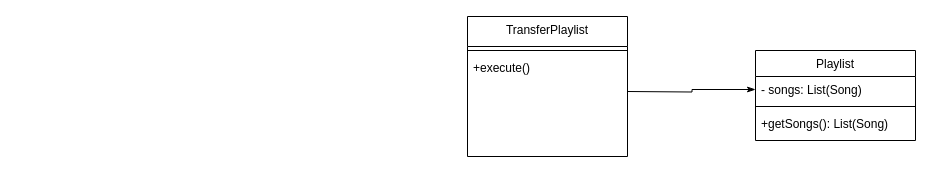
TeenI126/CSC207DuckGum keeps this draw.io diagram as Untitled Diagram.drawio. Above is the earlier version. Source tidied: cells renumbered, new cells numbered last; positions are measured from the earlier drawing's top-left corner, leaving out a move shared by most shapes. Both pictures are drawn from the tidied source at 100%, with x=0, y=0 at pixel (467, 16).
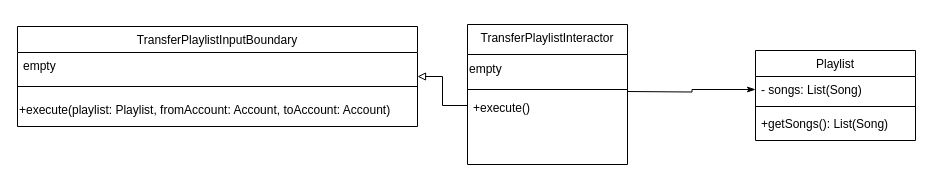
Above is the later version.

What changed in the source:
```diff
@@
 <mxGraphModel>
   <root>
     <mxCell id="0" />
     <mxCell id="1" parent="0" />
-    <mxCell id="2" value="TransferPlaylist" style="swimlane;fontStyle=0;align=center;verticalAlign=top;horizontal=1;startSize=30;rounded=0;shadow=0;strokeWidth=1;" parent="1" vertex="1">
-      <mxGeometry width="160" height="140" as="geometry" />
-    </mxCell>
-    <mxCell id="3" style="line;html=1;strokeWidth=1;align=left;verticalAlign=middle;spacingTop=-1;spacingLeft=3;spacingRight=3;labelPosition=right;" parent="2" vertex="1">
-      <mxGeometry y="30" width="160" height="8" as="geometry" />
-    </mxCell>
-    <mxCell id="4" value="+execute()" style="text;align=left;verticalAlign=top;spacingLeft=4;spacingRight=4;overflow=hidden;points=[[0,0.5],[1,0.5]];portConstraint=eastwest;" parent="2" vertex="1">
-      <mxGeometry y="38" width="160" height="26" as="geometry" />
-    </mxCell>
     <mxCell id="5" value="Playlist" style="swimlane;fontStyle=0;align=center;verticalAlign=top;horizontal=1;startSize=26;rounded=0;shadow=0;strokeWidth=1;" parent="1" vertex="1">
       <mxGeometry x="288" y="34" width="160" height="90" as="geometry" />
     </mxCell>
     <mxCell id="6" value="- songs: List(Song)" style="text;align=left;verticalAlign=top;spacingLeft=4;spacingRight=4;overflow=hidden;points=[[0,0.5],[1,0.5]];portConstraint=eastwest;" parent="5" vertex="1">
       <mxGeometry y="26" width="160" height="26" as="geometry" />
     </mxCell>
     <mxCell id="7" style="line;html=1;strokeWidth=1;align=left;verticalAlign=middle;spacingTop=-1;spacingLeft=3;spacingRight=3;labelPosition=right;" parent="5" vertex="1">
       <mxGeometry y="52" width="160" height="8" as="geometry" />
     </mxCell>
     <mxCell id="8" value="+getSongs(): List(Song)" style="text;align=left;verticalAlign=top;spacingLeft=4;spacingRight=4;overflow=hidden;" parent="5" vertex="1">
       <mxGeometry y="60" width="160" height="26" as="geometry" />
     </mxCell>
     <mxCell id="9" style="edgeStyle=orthogonalEdgeStyle;rounded=0;jettySize=auto;html=1;exitX=1;exitY=0.5;exitDx=0;exitDy=0;entryX=0;entryY=0.5;entryDx=0;entryDy=0;endArrow=classicThin;endFill=1;" parent="1" edge="1" target="6">
       <mxGeometry relative="1" as="geometry">
         <mxPoint x="160" y="75" as="sourcePoint" />
       </mxGeometry>
     </mxCell>
+    <mxCell id="10" value="&lt;span style=&quot;font-weight: normal;&quot;&gt;TransferPlaylistInputBoundary&lt;/span&gt;" style="swimlane;fontStyle=1;align=center;verticalAlign=top;horizontal=1;startSize=26;whiteSpace=wrap;html=1;" parent="1" vertex="1">
+      <mxGeometry x="-450" y="10" width="400" height="100" as="geometry" />
+    </mxCell>
+    <mxCell id="11" value="empty" style="text;strokeColor=none;fillColor=none;align=left;verticalAlign=top;spacingLeft=4;spacingRight=4;overflow=hidden;whiteSpace=wrap;html=1;" parent="10" vertex="1">
+      <mxGeometry y="26" width="400" height="24" as="geometry" />
+    </mxCell>
+    <mxCell id="12" style="line;strokeWidth=1;fillColor=none;align=left;verticalAlign=middle;spacingTop=-1;spacingLeft=3;spacingRight=3;labelPosition=right;strokeColor=inherit;" parent="10" vertex="1">
+      <mxGeometry y="50" width="400" height="20" as="geometry" />
+    </mxCell>
+    <mxCell id="13" value="+execute(playlist: Playlist, fromAccount: Account, toAccount: Account)" style="text;html=1;align=left;verticalAlign=top;strokeColor=none;fillColor=none;horizontal=1;" parent="10" vertex="1">
+      <mxGeometry y="70" width="400" height="30" as="geometry" />
+    </mxCell>
+    <mxCell id="2" value="TransferPlaylistInteractor" style="swimlane;fontStyle=0;align=center;verticalAlign=top;horizontal=1;startSize=30;rounded=0;shadow=0;strokeWidth=1;" parent="1" vertex="1">
+      <mxGeometry y="8" width="160" height="140" as="geometry" />
+    </mxCell>
+    <mxCell id="14" value="empty" style="text;html=1;align=left;verticalAlign=middle;strokeColor=none;fillColor=none;" parent="2" vertex="1">
+      <mxGeometry y="30" width="160" height="30" as="geometry" />
+    </mxCell>
+    <mxCell id="3" style="line;html=1;strokeWidth=1;align=left;verticalAlign=middle;spacingTop=-1;spacingLeft=3;spacingRight=3;labelPosition=right;" parent="2" vertex="1">
+      <mxGeometry y="60" width="160" height="10" as="geometry" />
+    </mxCell>
+    <mxCell id="4" value="+execute()" style="text;align=left;verticalAlign=top;spacingLeft=4;spacingRight=4;overflow=hidden;points=[[0,0.5],[1,0.5]];portConstraint=eastwest;" parent="2" vertex="1">
+      <mxGeometry y="70" width="160" height="22" as="geometry" />
+    </mxCell>
+    <mxCell id="15" style="edgeStyle=orthogonalEdgeStyle;rounded=0;jettySize=auto;html=1;exitX=0;exitY=0.5;exitDx=0;exitDy=0;entryX=1;entryY=0.5;entryDx=0;entryDy=0;endArrow=block;endFill=0;" parent="1" edge="1" source="4" target="10">
+      <mxGeometry relative="1" as="geometry" />
+    </mxCell>
   </root>
 </mxGraphModel>
```
